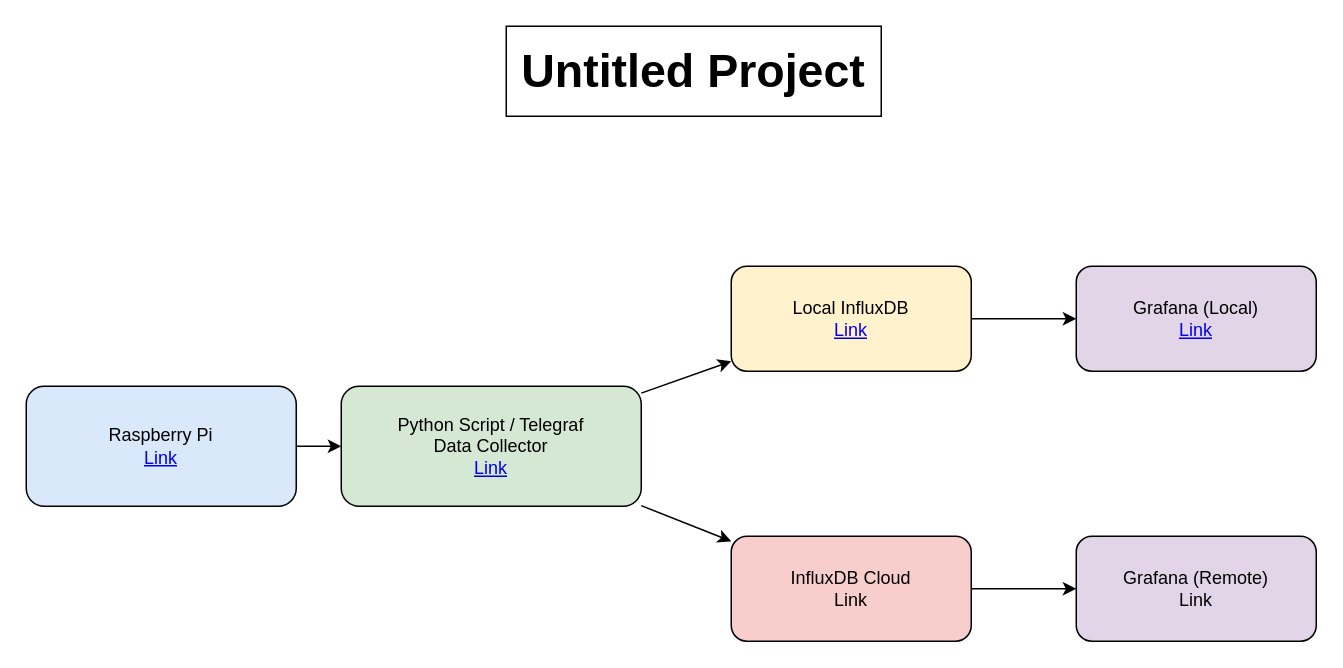
Before: Architecture.drawio in HexaEmbed/03_PradeepSir, a draw.io diagram. Source tidied: cells renumbered, new cells numbered last; positions are measured from the earlier drawing's top-left corner, leaving out a move shared by most shapes. Both pictures are drawn from the tidied source at 150%, with x=0, y=0 at pixel (26, 26).
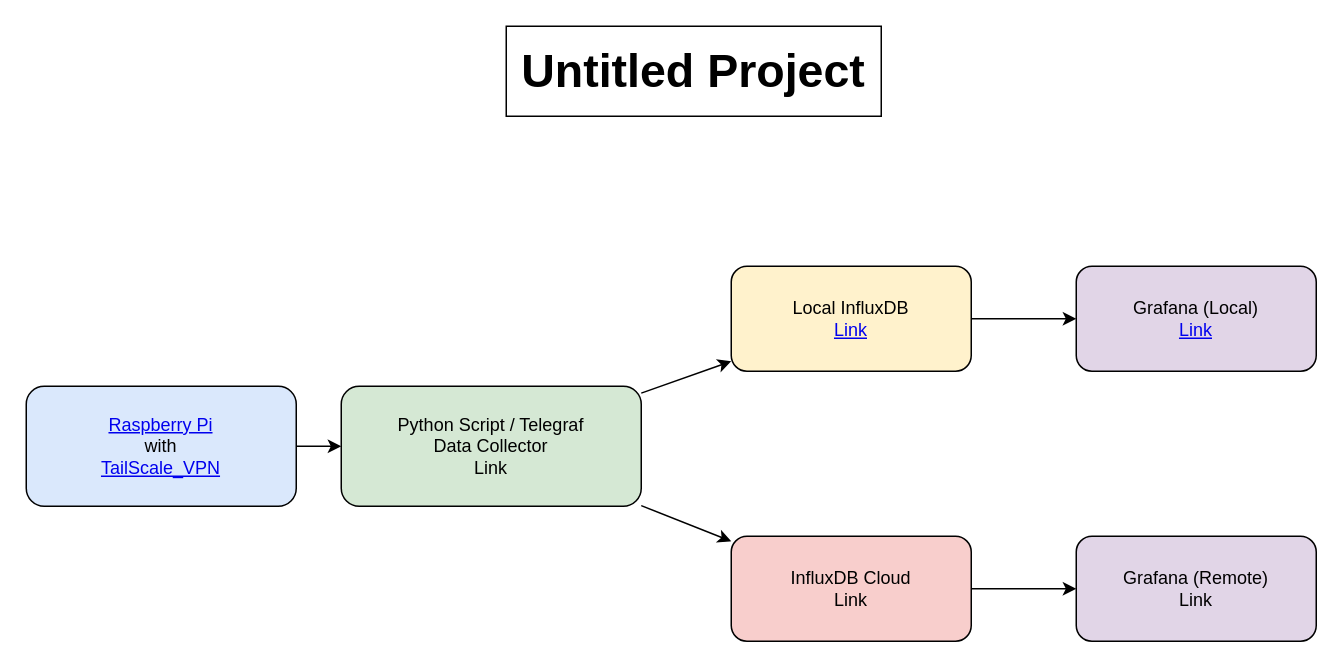
After the change.

Commit message:
upated links

What changed in the source:
```diff
@@
 <mxGraphModel>
   <root>
     <mxCell id="0" />
     <mxCell id="1" parent="0" />
-    <mxCell id="2" value="Raspberry Pi&lt;br&gt;&lt;a href=&quot;https://github.com/HexaEmbed/03_PradeepSir/tree/main/RaspberryPi&quot;&gt;Link&lt;/a&gt;" style="rounded=1;whiteSpace=wrap;html=1;fillColor=#dae8fc;" parent="1" vertex="1">
+    <mxCell id="2" value="&lt;a href=&quot;https://github.com/HexaEmbed/03_PradeepSir/blob/main/README.md&quot;&gt;Raspberry Pi&lt;/a&gt;&lt;div&gt;with&lt;br&gt;&lt;a href=&quot;https://github.com/HexaEmbed/03_PradeepSir/blob/main/TAILSCALE_VPN.md&quot;&gt;TailScale_VPN&lt;/a&gt;&lt;/div&gt;" style="rounded=1;whiteSpace=wrap;html=1;fillColor=#dae8fc;" parent="1" vertex="1">
       <mxGeometry y="240" width="180" height="80" as="geometry" />
     </mxCell>
-    <mxCell id="3" value="Python Script / Telegraf&lt;br&gt;Data Collector&lt;div&gt;&lt;a href=&quot;https://github.com/HexaEmbed/03_PradeepSir.git&quot;&gt;Link&lt;/a&gt;&lt;/div&gt;" style="rounded=1;whiteSpace=wrap;html=1;fillColor=#d5e8d4;" parent="1" vertex="1">
+    <mxCell id="3" value="Python Script / Telegraf&lt;br&gt;Data Collector&lt;div&gt;Link&lt;/div&gt;" style="rounded=1;whiteSpace=wrap;html=1;fillColor=#d5e8d4;" parent="1" vertex="1">
       <mxGeometry x="210" y="240" width="200" height="80" as="geometry" />
     </mxCell>
     <mxCell id="4" value="Local InfluxDB&lt;div&gt;&lt;a href=&quot;https://github.com/HexaEmbed/03_PradeepSir.git&quot;&gt;Link&lt;/a&gt;&lt;/div&gt;" style="rounded=1;whiteSpace=wrap;html=1;fillColor=#fff2cc;" parent="1" vertex="1">
       <mxGeometry x="470" y="160" width="160" height="70" as="geometry" />
     </mxCell>
     <mxCell id="5" value="InfluxDB Cloud&lt;div&gt;Link&lt;/div&gt;" style="rounded=1;whiteSpace=wrap;html=1;fillColor=#f8cecc;" parent="1" vertex="1">
       <mxGeometry x="470" y="340" width="160" height="70" as="geometry" />
     </mxCell>
     <mxCell id="6" value="Grafana (Local)&lt;div&gt;&lt;a href=&quot;https://github.com/HexaEmbed/03_PradeepSir.git&quot;&gt;Link&lt;/a&gt;&lt;/div&gt;" style="rounded=1;whiteSpace=wrap;html=1;fillColor=#e1d5e7;" parent="1" vertex="1">
       <mxGeometry x="700" y="160" width="160" height="70" as="geometry" />
     </mxCell>
     <mxCell id="7" value="Grafana (Remote)&lt;div&gt;Link&lt;/div&gt;" style="rounded=1;whiteSpace=wrap;html=1;fillColor=#e1d5e7;" parent="1" vertex="1">
       <mxGeometry x="700" y="340" width="160" height="70" as="geometry" />
     </mxCell>
     <mxCell id="8" parent="1" edge="1" source="2" target="3">
       <mxGeometry relative="1" as="geometry" />
     </mxCell>
     <mxCell id="9" parent="1" edge="1" source="3" target="4">
       <mxGeometry relative="1" as="geometry" />
     </mxCell>
     <mxCell id="10" parent="1" edge="1" source="3" target="5">
       <mxGeometry relative="1" as="geometry" />
     </mxCell>
     <mxCell id="11" parent="1" edge="1" source="4" target="6">
       <mxGeometry relative="1" as="geometry" />
     </mxCell>
     <mxCell id="12" parent="1" edge="1" source="5" target="7">
       <mxGeometry relative="1" as="geometry" />
     </mxCell>
     <mxCell id="13" value="&lt;span style=&quot;background-color: light-dark(#ffffff, var(--ge-dark-color, #121212));&quot;&gt;Untitled Project&lt;/span&gt;" style="rounded=0;whiteSpace=wrap;html=1;fontStyle=1;fontSize=31;" parent="1" vertex="1">
       <mxGeometry x="320" width="250" height="60" as="geometry" />
     </mxCell>
   </root>
 </mxGraphModel>
```
